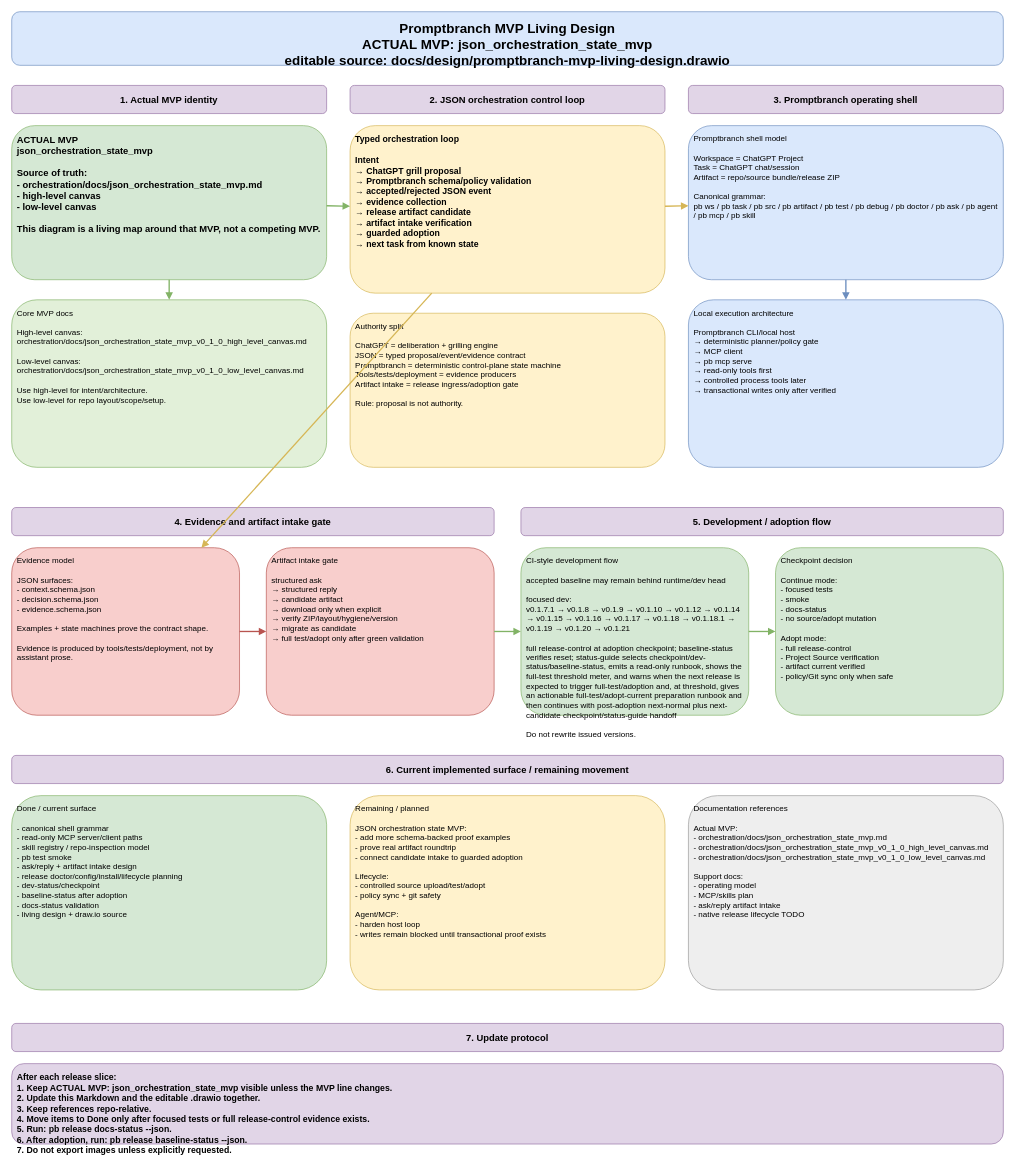
The draw.io diagram docs/design/promptbranch-mvp-living-design.drawio in spikkie/promptbranch, before the edit. Source tidied: cells renumbered, new cells numbered last; positions are measured from the earlier drawing's top-left corner, leaving out a move shared by most shapes. Both pictures are drawn from the tidied source at 67%, with x=0, y=0 at pixel (11, 11).
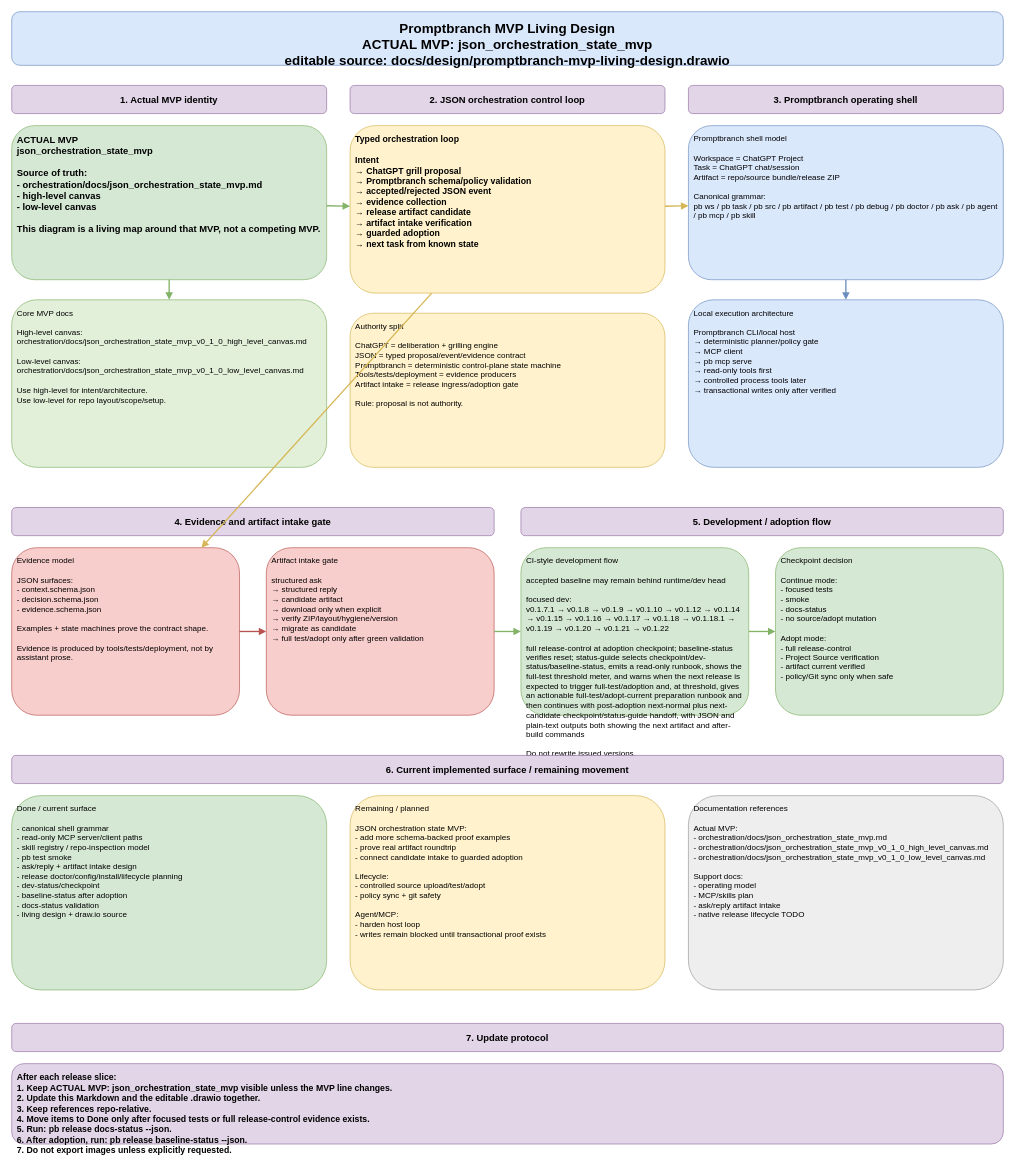
The same page after the edit.

Change to the diagram source:
```diff
@@
-    <mxCell id="20" value="CI-style development flow&#10;&#10;accepted baseline may remain behind runtime/dev head&#10;&#10;focused dev:&#10;v0.1.7.1 → v0.1.8 → v0.1.9 → v0.1.10 → v0.1.12 → v0.1.14 → v0.1.15 → v0.1.16 → v0.1.17 → v0.1.18 → v0.1.18.1 → v0.1.19 → v0.1.20 → v0.1.21&#10;&#10;full release-control at adoption checkpoint; baseline-status verifies reset; status-guide selects checkpoint/dev-status/baseline-status, emits a read-only runbook, shows the full-test threshold meter, and warns when the next release is expected to trigger full-test/adoption and, at threshold, gives an actionable full-test/adopt-current preparation runbook and then continues with post-adoption next-normal plus next-candidate checkpoint/status-guide handoff&#10;&#10;Do not rewrite issued versions." style="rounded=1;whiteSpace=wrap;html=1;fillColor=#d5e8d4;strokeColor=#82b366;fontSize=12;align=left;verticalAlign=top;spacing=8;" parent="1" vertex="1">
+    <mxCell id="20" value="CI-style development flow&#10;&#10;accepted baseline may remain behind runtime/dev head&#10;&#10;focused dev:&#10;v0.1.7.1 → v0.1.8 → v0.1.9 → v0.1.10 → v0.1.12 → v0.1.14 → v0.1.15 → v0.1.16 → v0.1.17 → v0.1.18 → v0.1.18.1 → v0.1.19 → v0.1.20 → v0.1.21 → v0.1.22&#10;&#10;full release-control at adoption checkpoint; baseline-status verifies reset; status-guide selects checkpoint/dev-status/baseline-status, emits a read-only runbook, shows the full-test threshold meter, and warns when the next release is expected to trigger full-test/adoption and, at threshold, gives an actionable full-test/adopt-current preparation runbook and then continues with post-adoption next-normal plus next-candidate checkpoint/status-guide handoff, with JSON and plain-text outputs both showing the next artifact and after-build commands&#10;&#10;Do not rewrite issued versions." style="rounded=1;whiteSpace=wrap;html=1;fillColor=#d5e8d4;strokeColor=#82b366;fontSize=12;align=left;verticalAlign=top;spacing=8;" parent="1" vertex="1">
       <mxGeometry x="760" y="800" width="340" height="250" as="geometry" />
     </mxCell>
```
